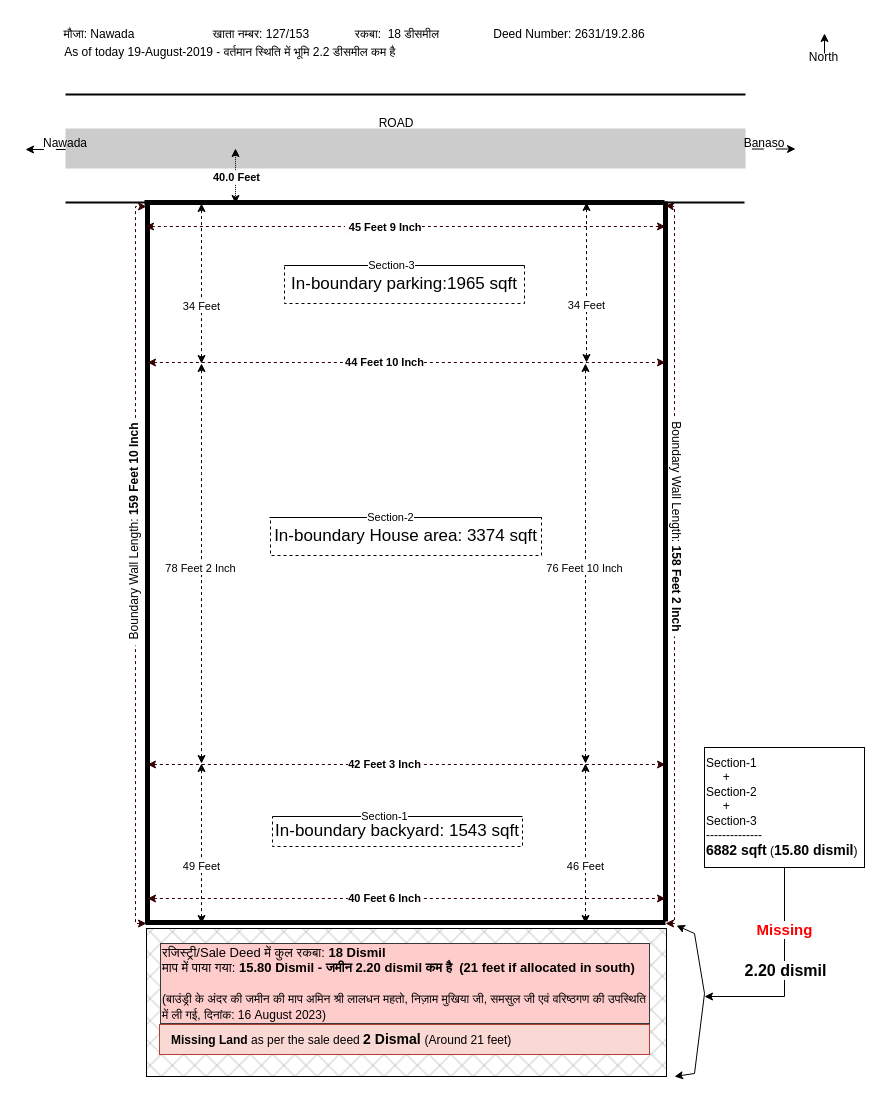
Earlier version of the draw.io diagram drawing/banaso-land/Untitled Diagram.drawio (javabrown/draw.io). Source tidied: cells renumbered, new cells numbered last; positions are measured from the earlier drawing's top-left corner, leaving out a move shared by most shapes. Both pictures are drawn from the tidied source at 100%, with x=0, y=0 at pixel (20, 19).
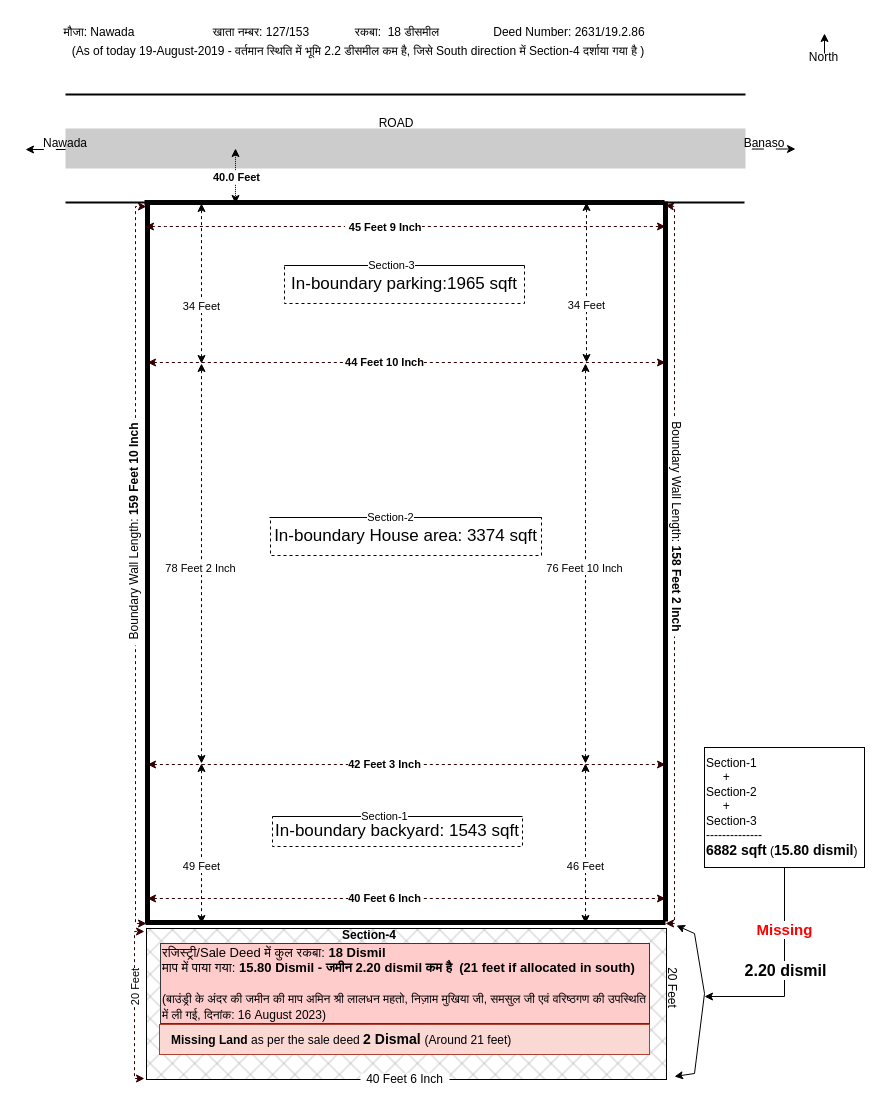
The same diagram, later.

What changed in the source:
```diff
@@
     <mxCell id="2" style="rounded=0;whiteSpace=wrap;html=1;fillStyle=cross-hatch;fillColor=#999999;" parent="1" vertex="1">
-      <mxGeometry x="126" y="909" width="520" height="148" as="geometry" />
+      <mxGeometry x="126" y="909" width="520" height="151" as="geometry" />
     </mxCell>
@@
     <mxCell id="62" value="मौजा: Nawada" style="text;html=1;strokeColor=none;fillColor=none;align=center;verticalAlign=middle;whiteSpace=wrap;rounded=0;" parent="1" vertex="1">
-      <mxGeometry x="34" width="90" height="30" as="geometry" />
+      <mxGeometry x="34" y="-2" width="90" height="30" as="geometry" />
     </mxCell>
     <mxCell id="63" value="खाता नम्बर: 127/153" style="text;html=1;strokeColor=none;fillColor=none;align=center;verticalAlign=middle;whiteSpace=wrap;rounded=0;" parent="1" vertex="1">
-      <mxGeometry x="184" width="114" height="30" as="geometry" />
+      <mxGeometry x="184" y="-2" width="114" height="30" as="geometry" />
     </mxCell>
     <mxCell id="64" value="रकबा:&amp;nbsp; 18 डीसमील" style="text;html=1;strokeColor=none;fillColor=none;align=center;verticalAlign=middle;whiteSpace=wrap;rounded=0;" parent="1" vertex="1">
-      <mxGeometry x="332" width="90" height="30" as="geometry" />
+      <mxGeometry x="332" y="-2" width="90" height="30" as="geometry" />
     </mxCell>
     <mxCell id="65" value="Deed Number: 2631/19.2.86" style="text;html=1;strokeColor=none;fillColor=none;align=center;verticalAlign=middle;whiteSpace=wrap;rounded=0;" parent="1" vertex="1">
-      <mxGeometry x="464" width="170" height="30" as="geometry" />
+      <mxGeometry x="464" y="-2" width="170" height="30" as="geometry" />
     </mxCell>
-    <mxCell id="66" value="As of today 19-August-2019 - वर्तमान स्थिति&amp;nbsp;में भूमि 2.2 डीसमील कम है&amp;nbsp;" style="text;html=1;strokeColor=none;fillColor=none;align=center;verticalAlign=middle;whiteSpace=wrap;rounded=0;" parent="1" vertex="1">
-      <mxGeometry x="17" y="27" width="389" height="12" as="geometry" />
+    <mxCell id="66" value="&amp;nbsp; &amp;nbsp;(As of today 19-August-2019 - वर्तमान स्थिति में भूमि 2.2 डीसमील कम है, जिसे South direction में Section-4 दर्शाया गया है )" style="text;html=1;strokeColor=none;fillColor=none;align=center;verticalAlign=middle;whiteSpace=wrap;rounded=0;" parent="1" vertex="1">
+      <mxGeometry x="33" y="26" width="600" height="12" as="geometry" />
     </mxCell>
+    <mxCell id="67" value="20 Feet" style="text;html=1;strokeColor=none;fillColor=none;align=center;verticalAlign=middle;whiteSpace=wrap;rounded=0;rotation=90;" parent="1" vertex="1">
+      <mxGeometry x="627" y="958" width="50" height="21" as="geometry" />
+    </mxCell>
+    <mxCell id="68" value="&lt;b&gt;Section-4&lt;/b&gt;" style="text;html=1;strokeColor=none;fillColor=none;align=center;verticalAlign=middle;whiteSpace=wrap;rounded=0;" parent="1" vertex="1">
+      <mxGeometry x="319" y="901" width="60" height="30" as="geometry" />
+    </mxCell>
+    <mxCell id="69" style="endArrow=classic;startArrow=classic;html=1;rounded=0;strokeColor=#330000;dashed=1;" parent="1" edge="1">
+      <mxGeometry relative="1" as="geometry">
+        <mxPoint x="124" y="1059" as="sourcePoint" />
+        <mxPoint x="124" y="912" as="targetPoint" />
+        <Array as="points">
+          <mxPoint x="114" y="1059" />
+          <mxPoint x="114" y="912" />
+        </Array>
+      </mxGeometry>
+    </mxCell>
+    <mxCell id="70" value="20 Feet" style="edgeLabel;html=1;align=center;verticalAlign=middle;rotation=-90;" parent="69" vertex="1">
+      <mxGeometry x="0.15" relative="1" as="geometry">
+        <mxPoint y="-4" as="offset" />
+      </mxGeometry>
+    </mxCell>
+    <mxCell id="71" value="40 Feet 6 Inch" style="text;html=1;strokeColor=none;fillColor=default;align=center;verticalAlign=middle;whiteSpace=wrap;rounded=0;" parent="1" vertex="1">
+      <mxGeometry x="340" y="1054" width="89" height="11" as="geometry" />
+    </mxCell>
```
